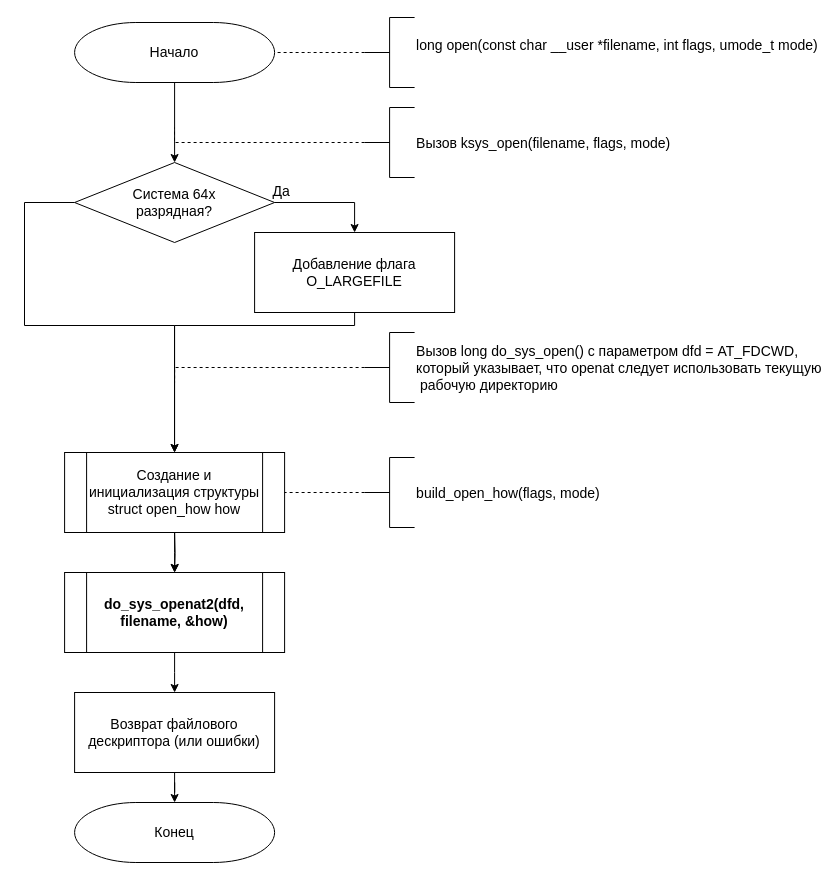
Before: page "open1" (1 of 9) of lab_06/tex/img/clean.drawio in alena-zayts/BMSTU_6sem_operating_systems, a draw.io diagram. Source tidied: cells renumbered, new cells numbered last; positions are measured from the earlier drawing's top-left corner, leaving out a move shared by most shapes. Both pictures are drawn from the tidied source at 100%, with x=0, y=0 at pixel (24, 17).
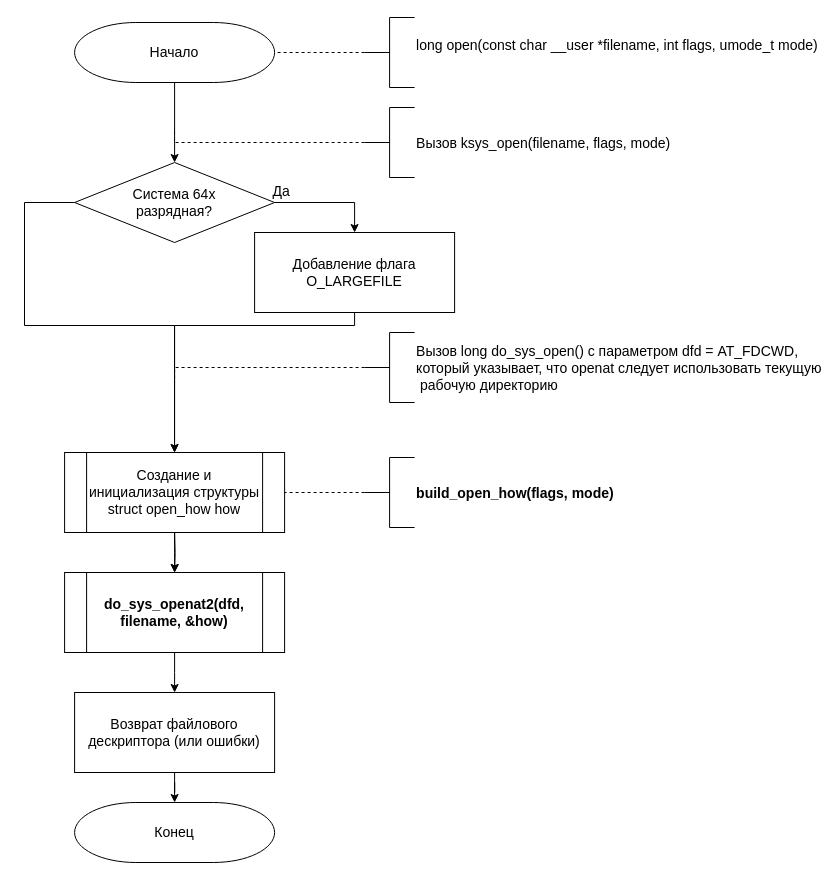
The same page after the edit.

Change to the diagram source:
```diff
@@
-    <mxCell id="21" value="build_open_how(flags, mode)" style="strokeWidth=1;shape=mxgraph.flowchart.annotation_2;align=left;labelPosition=right;fontFamily=Helvetica;fontSize=14;fontStyle=0;" parent="1" vertex="1">
+    <mxCell id="21" value="build_open_how(flags, mode)" style="strokeWidth=1;shape=mxgraph.flowchart.annotation_2;align=left;labelPosition=right;fontFamily=Helvetica;fontSize=14;fontStyle=1;" parent="1" vertex="1">
       <mxGeometry x="340.1" y="440" width="50" height="70" as="geometry" />
     </mxCell>
```
